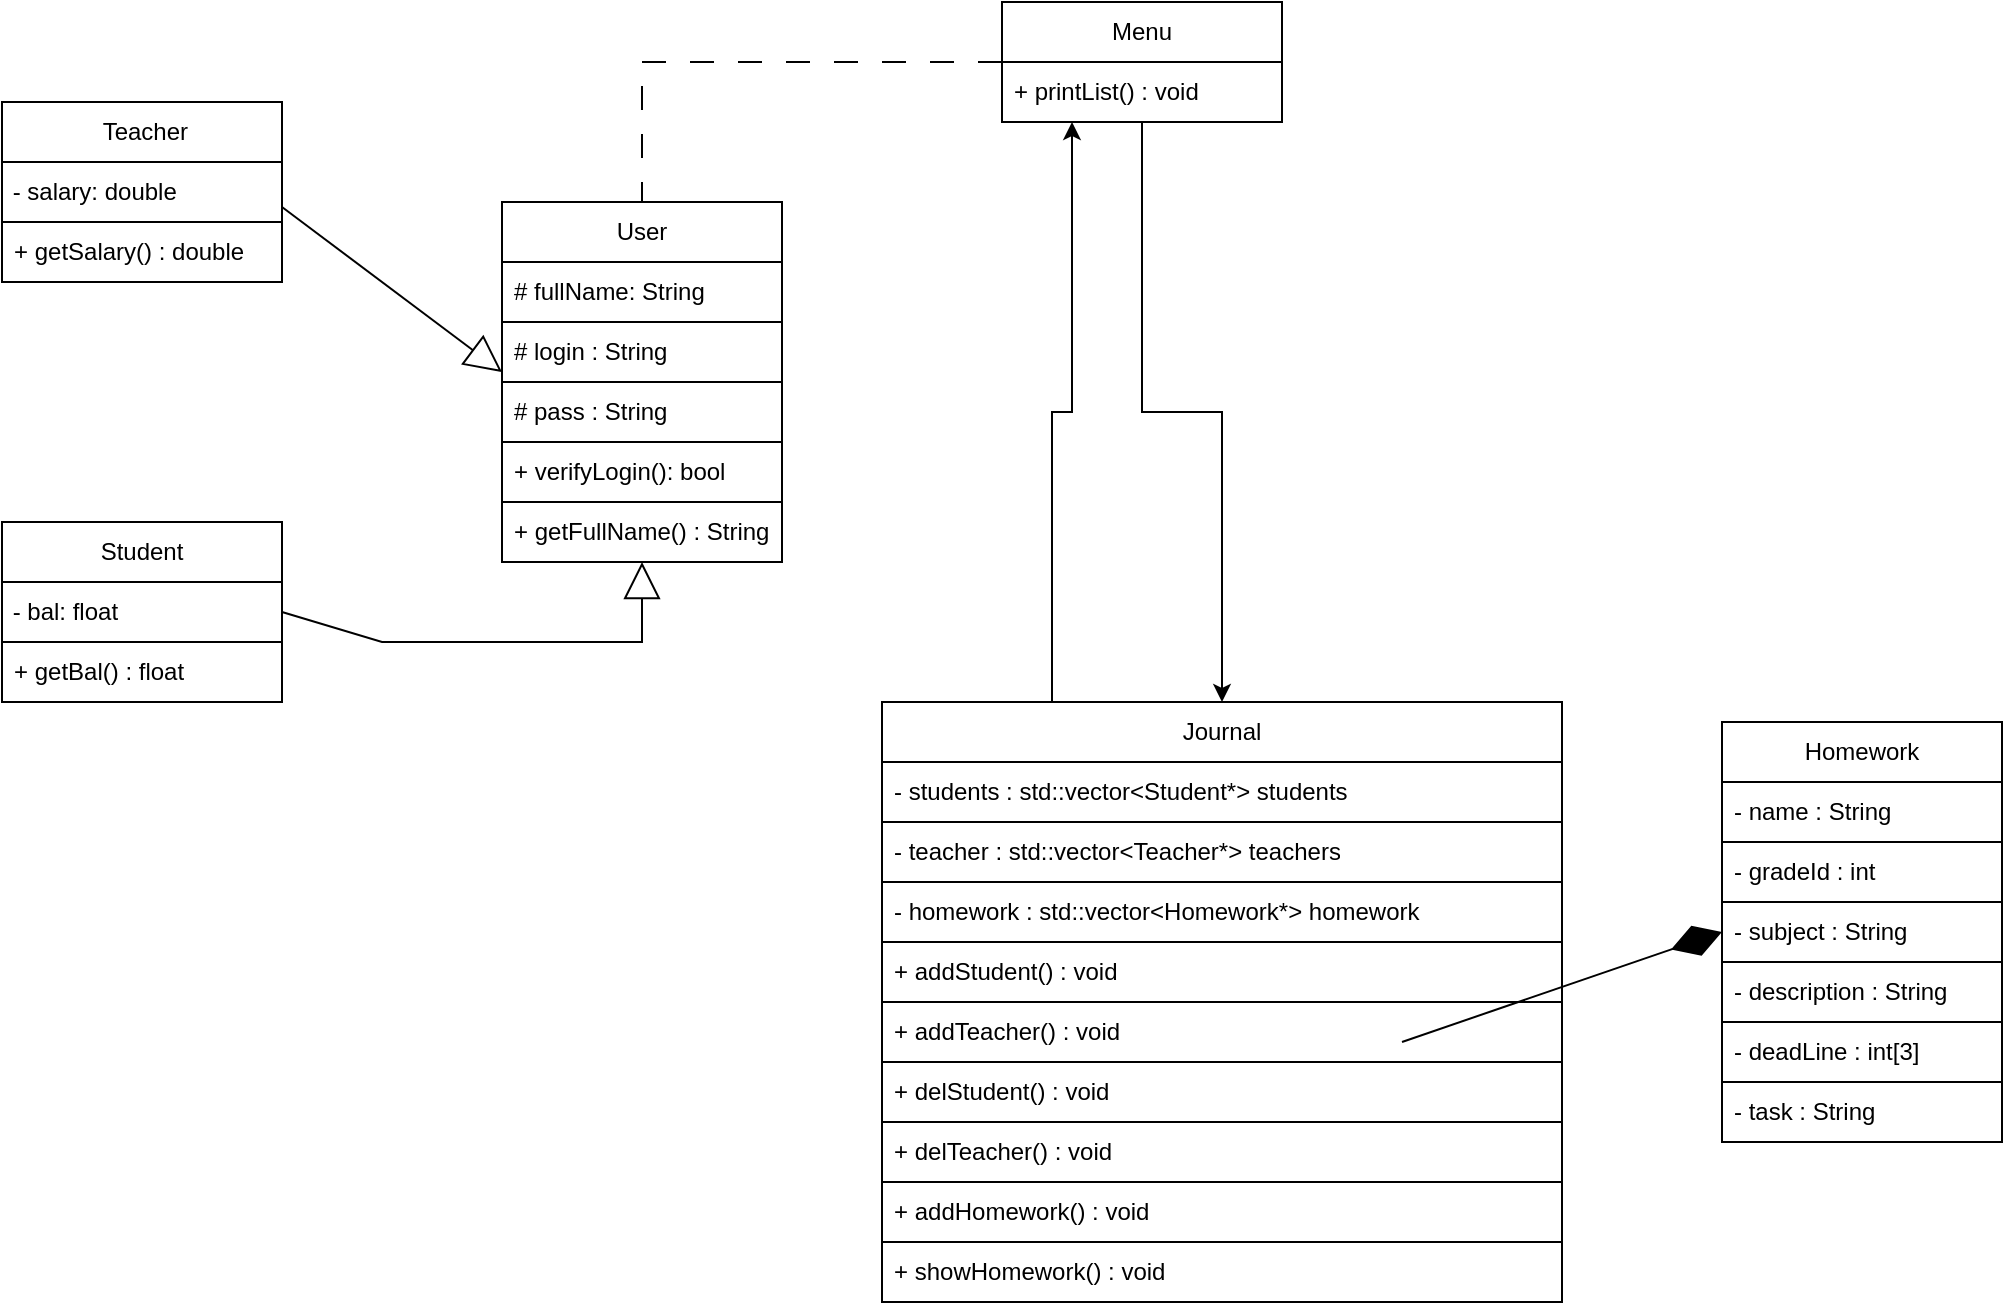
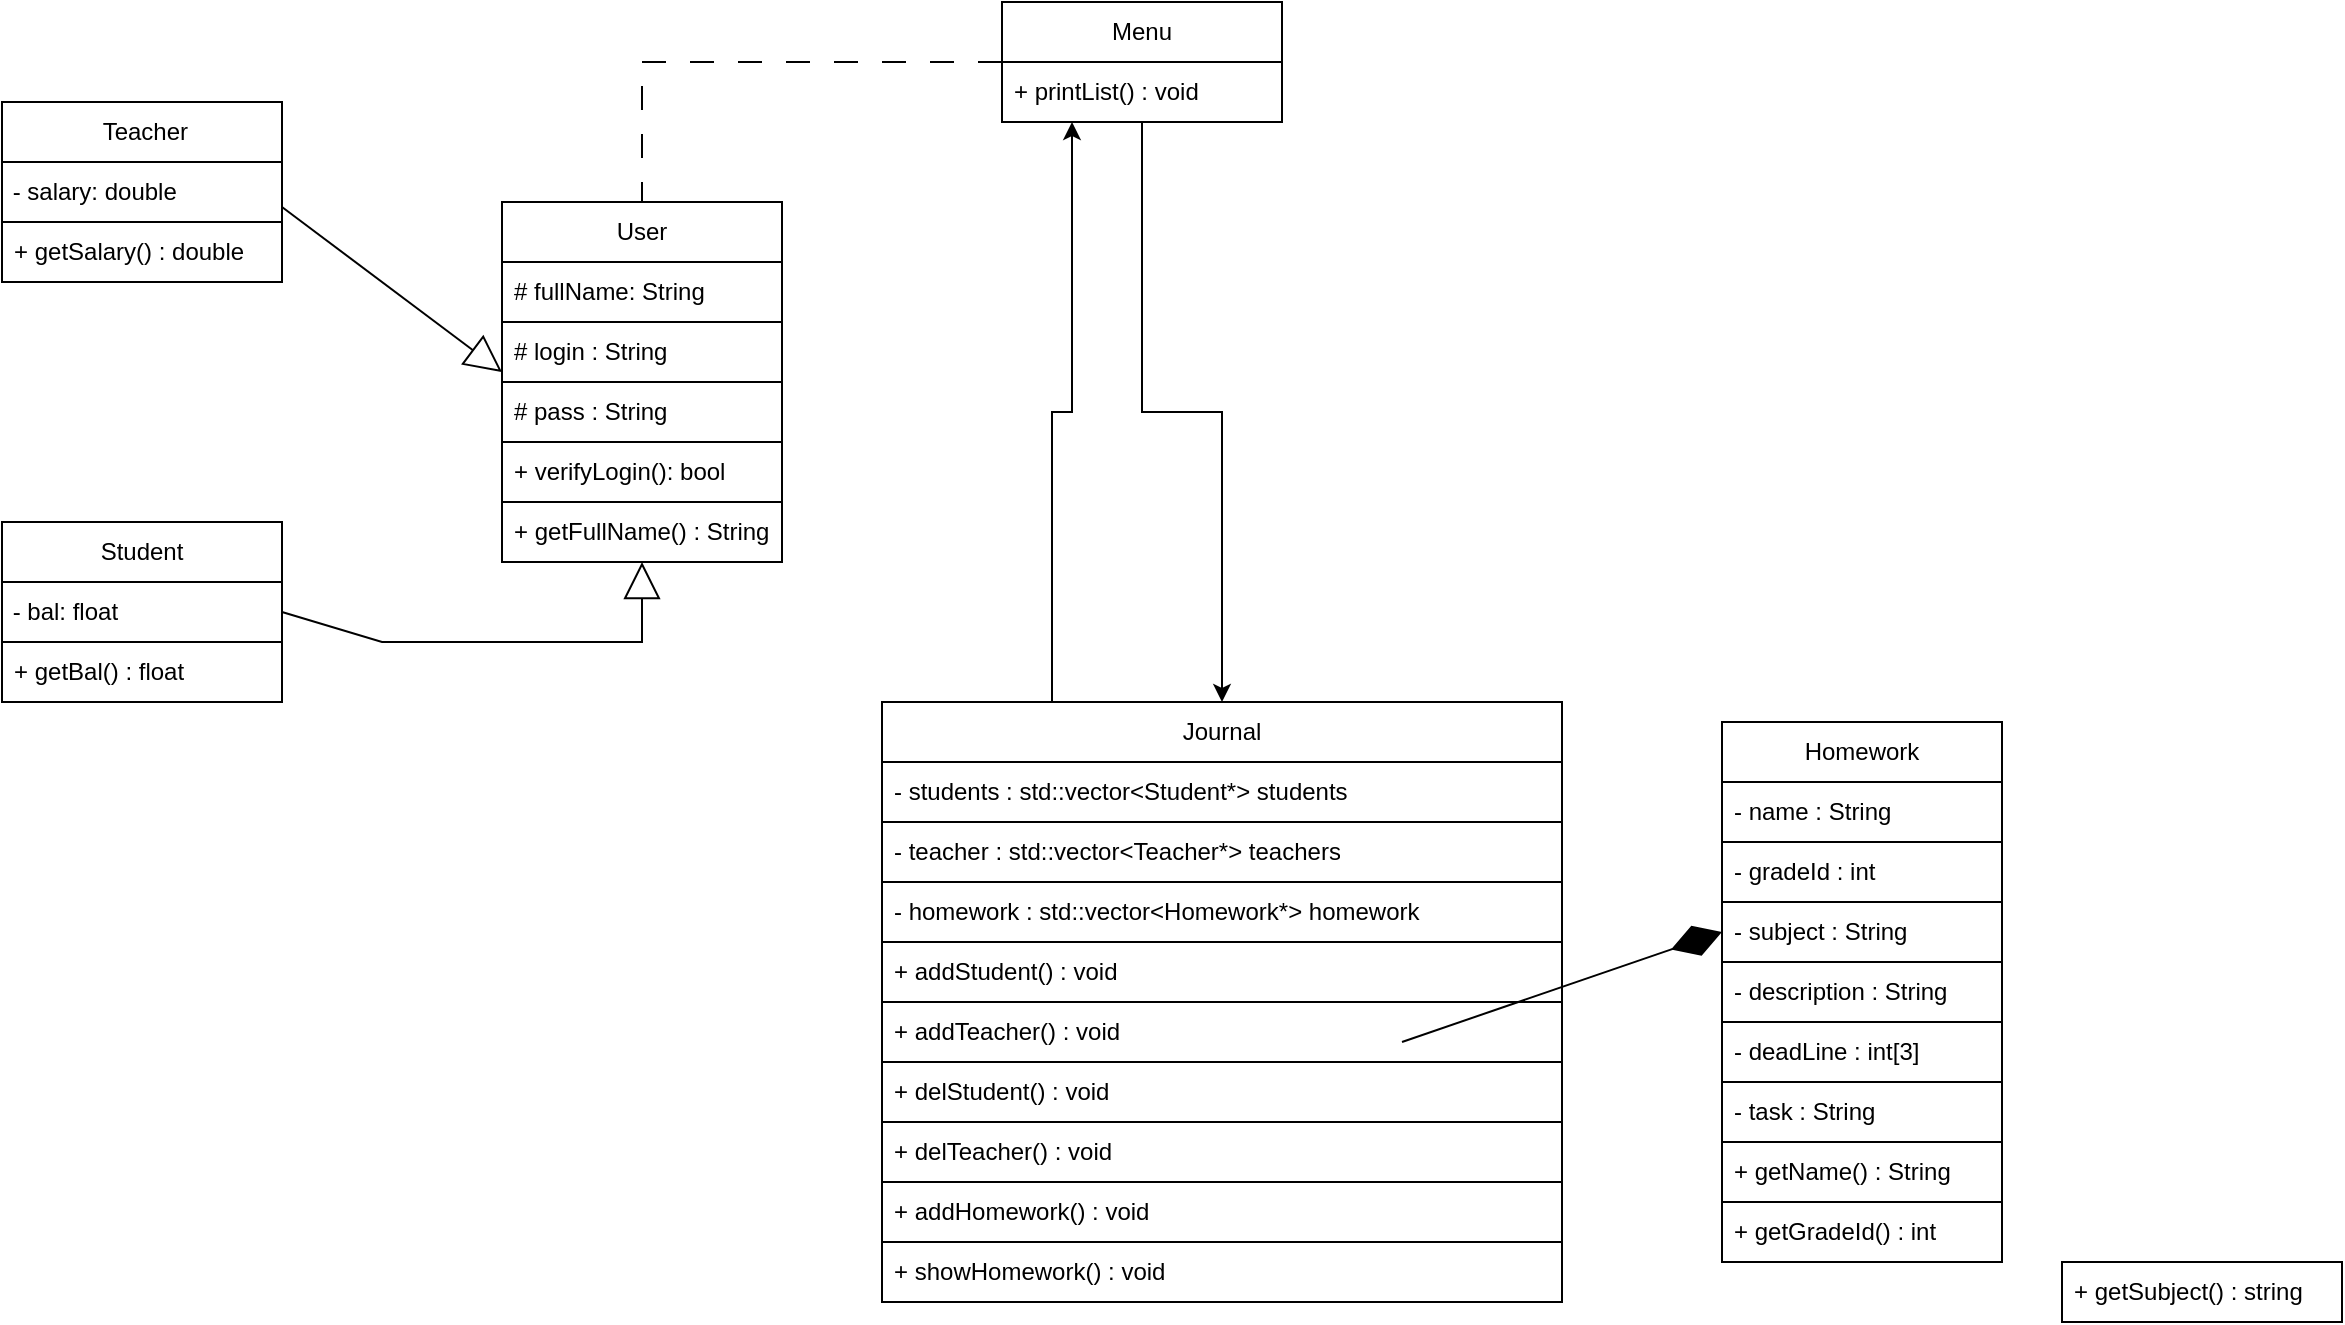
<mxfile host="app.diagrams.net" agent="Mozilla/5.0 (Windows NT 10.0; Win64; x64) AppleWebKit/537.36 (KHTML, like Gecko) Chrome/144.0.0.0 YaBrowser/26.3.0.0 Safari/537.36">
  <diagram name="Страница-1" id="uxawxyVBlgbyIQM6ajeT">
    <mxGraphModel dx="1414" dy="751" grid="1" gridSize="10" guides="1" tooltips="1" connect="1" arrows="1" fold="1" page="1" pageScale="1" pageWidth="700" pageHeight="1000" math="0" shadow="0">
      <root>
        <mxCell id="0" />
        <mxCell id="1" parent="0" />
        <mxCell id="GCuz6E3EBiHqZI_xGS0Z-3" parent="1" style="swimlane;fontStyle=0;childLayout=stackLayout;horizontal=1;startSize=30;horizontalStack=0;resizeParent=1;resizeParentMax=0;resizeLast=0;collapsible=1;marginBottom=0;whiteSpace=wrap;html=1;" value="Student" vertex="1">
          <mxGeometry height="90" width="140" x="20" y="340" as="geometry">
            <mxRectangle height="30" width="90" x="370" y="200" as="alternateBounds" />
          </mxGeometry>
        </mxCell>
        <mxCell id="GCuz6E3EBiHqZI_xGS0Z-7" parent="GCuz6E3EBiHqZI_xGS0Z-3" style="text;html=1;whiteSpace=wrap;strokeColor=default;fillColor=default;align=left;verticalAlign=middle;rounded=0;" value="&lt;span style=&quot;&quot;&gt;&amp;nbsp;- bal: float&lt;/span&gt;" vertex="1">
          <mxGeometry height="30" width="140" y="30" as="geometry" />
        </mxCell>
        <mxCell id="GCuz6E3EBiHqZI_xGS0Z-4" parent="GCuz6E3EBiHqZI_xGS0Z-3" style="text;strokeColor=default;fillColor=default;align=left;verticalAlign=middle;spacingLeft=4;spacingRight=4;overflow=hidden;points=[[0,0.5],[1,0.5]];portConstraint=eastwest;rotatable=0;whiteSpace=wrap;html=1;" value="+ getBal() : float" vertex="1">
          <mxGeometry height="30" width="140" y="60" as="geometry" />
        </mxCell>
        <mxCell id="8Yin8r3933yuqEZvRl84-43" edge="1" parent="1" source="GCuz6E3EBiHqZI_xGS0Z-8" style="edgeStyle=orthogonalEdgeStyle;rounded=0;orthogonalLoop=1;jettySize=auto;html=1;exitX=0.25;exitY=0;exitDx=0;exitDy=0;entryX=0.25;entryY=1;entryDx=0;entryDy=0;" target="GCuz6E3EBiHqZI_xGS0Z-16">
          <mxGeometry relative="1" as="geometry" />
        </mxCell>
        <mxCell id="GCuz6E3EBiHqZI_xGS0Z-8" parent="1" style="swimlane;fontStyle=0;childLayout=stackLayout;horizontal=1;startSize=30;horizontalStack=0;resizeParent=1;resizeParentMax=0;resizeLast=0;collapsible=1;marginBottom=0;whiteSpace=wrap;html=1;" value="Journal" vertex="1">
          <mxGeometry height="300" width="340" x="460" y="430" as="geometry" />
        </mxCell>
        <mxCell id="GCuz6E3EBiHqZI_xGS0Z-9" parent="GCuz6E3EBiHqZI_xGS0Z-8" style="text;align=left;verticalAlign=middle;spacingLeft=4;spacingRight=4;overflow=hidden;points=[[0,0.5],[1,0.5]];portConstraint=eastwest;rotatable=0;whiteSpace=wrap;html=1;fillColor=default;strokeColor=default;" value="- students : std::vector&amp;lt;Student*&amp;gt;&amp;nbsp;students" vertex="1">
          <mxGeometry height="30" width="340" y="30" as="geometry" />
        </mxCell>
        <mxCell id="8Yin8r3933yuqEZvRl84-10" parent="GCuz6E3EBiHqZI_xGS0Z-8" style="text;align=left;verticalAlign=middle;spacingLeft=4;spacingRight=4;overflow=hidden;points=[[0,0.5],[1,0.5]];portConstraint=eastwest;rotatable=0;whiteSpace=wrap;html=1;fillColor=default;strokeColor=default;" value="- teacher&amp;nbsp;: std::vector&amp;lt;Teacher*&amp;gt;&amp;nbsp;teachers" vertex="1">
          <mxGeometry height="30" width="340" y="60" as="geometry" />
        </mxCell>
        <mxCell id="8Yin8r3933yuqEZvRl84-49" parent="GCuz6E3EBiHqZI_xGS0Z-8" style="text;align=left;verticalAlign=middle;spacingLeft=4;spacingRight=4;overflow=hidden;points=[[0,0.5],[1,0.5]];portConstraint=eastwest;rotatable=0;whiteSpace=wrap;html=1;fillColor=default;strokeColor=default;" value="- homework&amp;nbsp;: std::vector&amp;lt;Homework*&amp;gt;&amp;nbsp;homework&amp;nbsp;" vertex="1">
          <mxGeometry height="30" width="340" y="90" as="geometry" />
        </mxCell>
        <mxCell id="GCuz6E3EBiHqZI_xGS0Z-10" parent="GCuz6E3EBiHqZI_xGS0Z-8" style="text;strokeColor=default;fillColor=default;align=left;verticalAlign=middle;spacingLeft=4;spacingRight=4;overflow=hidden;points=[[0,0.5],[1,0.5]];portConstraint=eastwest;rotatable=0;whiteSpace=wrap;html=1;gradientColor=none;rounded=0;glass=0;shadow=0;strokeWidth=1;" value="+ addStudent() : void" vertex="1">
          <mxGeometry height="30" width="340" y="120" as="geometry" />
        </mxCell>
        <mxCell id="GCuz6E3EBiHqZI_xGS0Z-28" parent="GCuz6E3EBiHqZI_xGS0Z-8" style="text;strokeColor=default;fillColor=default;align=left;verticalAlign=middle;spacingLeft=4;spacingRight=4;overflow=hidden;points=[[0,0.5],[1,0.5]];portConstraint=eastwest;rotatable=0;whiteSpace=wrap;html=1;gradientColor=none;rounded=0;glass=0;shadow=0;strokeWidth=1;" value="+ addTeacher() : void" vertex="1">
          <mxGeometry height="30" width="340" y="150" as="geometry" />
        </mxCell>
        <mxCell id="GCuz6E3EBiHqZI_xGS0Z-11" parent="GCuz6E3EBiHqZI_xGS0Z-8" style="text;align=left;verticalAlign=middle;spacingLeft=4;spacingRight=4;overflow=hidden;points=[[0,0.5],[1,0.5]];portConstraint=eastwest;rotatable=0;whiteSpace=wrap;html=1;fillColor=default;strokeColor=default;" value="+ delStudent() : void" vertex="1">
          <mxGeometry height="30" width="340" y="180" as="geometry" />
        </mxCell>
        <mxCell id="GCuz6E3EBiHqZI_xGS0Z-29" parent="GCuz6E3EBiHqZI_xGS0Z-8" style="text;align=left;verticalAlign=middle;spacingLeft=4;spacingRight=4;overflow=hidden;points=[[0,0.5],[1,0.5]];portConstraint=eastwest;rotatable=0;whiteSpace=wrap;html=1;fillColor=default;strokeColor=default;" value="+ delTeacher() : void" vertex="1">
          <mxGeometry height="30" width="340" y="210" as="geometry" />
        </mxCell>
        <mxCell id="8Yin8r3933yuqEZvRl84-33" parent="GCuz6E3EBiHqZI_xGS0Z-8" style="text;strokeColor=default;fillColor=default;align=left;verticalAlign=middle;spacingLeft=4;spacingRight=4;overflow=hidden;points=[[0,0.5],[1,0.5]];portConstraint=eastwest;rotatable=0;whiteSpace=wrap;html=1;" value="+ addHomework() : void" vertex="1">
          <mxGeometry height="30" width="340" y="240" as="geometry" />
        </mxCell>
        <mxCell id="GCuz6E3EBiHqZI_xGS0Z-19" parent="GCuz6E3EBiHqZI_xGS0Z-8" style="text;strokeColor=default;fillColor=default;align=left;verticalAlign=middle;spacingLeft=4;spacingRight=4;overflow=hidden;points=[[0,0.5],[1,0.5]];portConstraint=eastwest;rotatable=0;whiteSpace=wrap;html=1;" value="+ showHomework() : void" vertex="1">
          <mxGeometry height="30" width="340" y="270" as="geometry" />
        </mxCell>
        <mxCell id="8Yin8r3933yuqEZvRl84-32" edge="1" parent="1" source="GCuz6E3EBiHqZI_xGS0Z-16" style="edgeStyle=orthogonalEdgeStyle;rounded=0;orthogonalLoop=1;jettySize=auto;html=1;entryX=0.5;entryY=0;entryDx=0;entryDy=0;" target="GCuz6E3EBiHqZI_xGS0Z-8">
          <mxGeometry relative="1" as="geometry" />
        </mxCell>
        <mxCell id="AdEmohMLdduJ9aqZZ4lc-9" edge="1" parent="1" source="GCuz6E3EBiHqZI_xGS0Z-16" style="edgeStyle=orthogonalEdgeStyle;rounded=0;orthogonalLoop=1;jettySize=auto;html=1;dashed=1;dashPattern=12 12;endArrow=none;endFill=0;" target="GCuz6E3EBiHqZI_xGS0Z-32">
          <mxGeometry relative="1" as="geometry" />
        </mxCell>
        <mxCell id="GCuz6E3EBiHqZI_xGS0Z-16" parent="1" style="swimlane;fontStyle=0;childLayout=stackLayout;horizontal=1;startSize=30;horizontalStack=0;resizeParent=1;resizeParentMax=0;resizeLast=0;collapsible=1;marginBottom=0;whiteSpace=wrap;html=1;" value="Menu" vertex="1">
          <mxGeometry height="60" width="140" x="520" y="80" as="geometry" />
        </mxCell>
        <mxCell id="GCuz6E3EBiHqZI_xGS0Z-17" parent="GCuz6E3EBiHqZI_xGS0Z-16" style="text;strokeColor=default;fillColor=default;align=left;verticalAlign=middle;spacingLeft=4;spacingRight=4;overflow=hidden;points=[[0,0.5],[1,0.5]];portConstraint=eastwest;rotatable=0;whiteSpace=wrap;html=1;" value="+ printList() : void" vertex="1">
          <mxGeometry height="30" width="140" y="30" as="geometry" />
        </mxCell>
        <mxCell id="GCuz6E3EBiHqZI_xGS0Z-21" parent="1" style="swimlane;fontStyle=0;childLayout=stackLayout;horizontal=1;startSize=30;horizontalStack=0;resizeParent=1;resizeParentMax=0;resizeLast=0;collapsible=1;marginBottom=0;whiteSpace=wrap;html=1;" value="&amp;nbsp;Teacher" vertex="1">
          <mxGeometry height="90" width="140" x="20" y="130" as="geometry">
            <mxRectangle height="30" width="90" x="370" y="200" as="alternateBounds" />
          </mxGeometry>
        </mxCell>
        <mxCell id="GCuz6E3EBiHqZI_xGS0Z-23" parent="GCuz6E3EBiHqZI_xGS0Z-21" style="text;html=1;whiteSpace=wrap;strokeColor=default;fillColor=default;align=left;verticalAlign=middle;rounded=0;" value="&lt;span style=&quot;&quot;&gt;&amp;nbsp;- salary: double&lt;/span&gt;" vertex="1">
          <mxGeometry height="30" width="140" y="30" as="geometry" />
        </mxCell>
        <mxCell id="GCuz6E3EBiHqZI_xGS0Z-24" parent="GCuz6E3EBiHqZI_xGS0Z-21" style="text;strokeColor=default;fillColor=default;align=left;verticalAlign=middle;spacingLeft=4;spacingRight=4;overflow=hidden;points=[[0,0.5],[1,0.5]];portConstraint=eastwest;rotatable=0;whiteSpace=wrap;html=1;" value="+ getSalary() : double" vertex="1">
          <mxGeometry height="30" width="140" y="60" as="geometry" />
        </mxCell>
        <mxCell id="GCuz6E3EBiHqZI_xGS0Z-32" parent="1" style="swimlane;fontStyle=0;childLayout=stackLayout;horizontal=1;startSize=30;horizontalStack=0;resizeParent=1;resizeParentMax=0;resizeLast=0;collapsible=1;marginBottom=0;whiteSpace=wrap;html=1;" value="User" vertex="1">
          <mxGeometry height="180" width="140" x="270" y="180" as="geometry" />
        </mxCell>
        <mxCell id="GCuz6E3EBiHqZI_xGS0Z-5" parent="GCuz6E3EBiHqZI_xGS0Z-32" style="text;strokeColor=default;fillColor=default;align=left;verticalAlign=middle;spacingLeft=4;spacingRight=4;overflow=hidden;points=[[0,0.5],[1,0.5]];portConstraint=eastwest;rotatable=0;whiteSpace=wrap;html=1;" value="# fullName: String" vertex="1">
          <mxGeometry height="30" width="140" y="30" as="geometry" />
        </mxCell>
        <mxCell id="GCuz6E3EBiHqZI_xGS0Z-33" parent="GCuz6E3EBiHqZI_xGS0Z-32" style="text;strokeColor=default;fillColor=default;align=left;verticalAlign=middle;spacingLeft=4;spacingRight=4;overflow=hidden;points=[[0,0.5],[1,0.5]];portConstraint=eastwest;rotatable=0;whiteSpace=wrap;html=1;" value="# login : String" vertex="1">
          <mxGeometry height="30" width="140" y="60" as="geometry" />
        </mxCell>
        <mxCell id="GCuz6E3EBiHqZI_xGS0Z-34" parent="GCuz6E3EBiHqZI_xGS0Z-32" style="text;strokeColor=default;fillColor=default;align=left;verticalAlign=middle;spacingLeft=4;spacingRight=4;overflow=hidden;points=[[0,0.5],[1,0.5]];portConstraint=eastwest;rotatable=0;whiteSpace=wrap;html=1;" value="# pass : String" vertex="1">
          <mxGeometry height="30" width="140" y="90" as="geometry" />
        </mxCell>
        <mxCell id="GCuz6E3EBiHqZI_xGS0Z-35" parent="GCuz6E3EBiHqZI_xGS0Z-32" style="text;strokeColor=default;fillColor=default;align=left;verticalAlign=middle;spacingLeft=4;spacingRight=4;overflow=hidden;points=[[0,0.5],[1,0.5]];portConstraint=eastwest;rotatable=0;whiteSpace=wrap;html=1;" value="+ verifyLogin(): bool" vertex="1">
          <mxGeometry height="30" width="140" y="120" as="geometry" />
        </mxCell>
        <mxCell id="GCuz6E3EBiHqZI_xGS0Z-6" parent="GCuz6E3EBiHqZI_xGS0Z-32" style="text;strokeColor=default;fillColor=default;align=left;verticalAlign=middle;spacingLeft=4;spacingRight=4;overflow=hidden;points=[[0,0.5],[1,0.5]];portConstraint=eastwest;rotatable=0;whiteSpace=wrap;html=1;" value="+ getFullName() : String" vertex="1">
          <mxGeometry height="30" width="140" y="150" as="geometry" />
        </mxCell>
        <mxCell id="8Yin8r3933yuqEZvRl84-35" parent="1" style="swimlane;fontStyle=0;childLayout=stackLayout;horizontal=1;startSize=30;horizontalStack=0;resizeParent=1;resizeParentMax=0;resizeLast=0;collapsible=1;marginBottom=0;whiteSpace=wrap;html=1;" value="Homework" vertex="1">
-           <mxGeometry height="210" width="140" x="880" y="440" as="geometry" />
+           <mxGeometry height="270" width="140" x="880" y="440" as="geometry" />
        </mxCell>
        <mxCell id="8Yin8r3933yuqEZvRl84-36" parent="8Yin8r3933yuqEZvRl84-35" style="text;strokeColor=default;fillColor=default;align=left;verticalAlign=middle;spacingLeft=4;spacingRight=4;overflow=hidden;points=[[0,0.5],[1,0.5]];portConstraint=eastwest;rotatable=0;whiteSpace=wrap;html=1;" value="- name : String" vertex="1">
          <mxGeometry height="30" width="140" y="30" as="geometry" />
        </mxCell>
        <mxCell id="8Yin8r3933yuqEZvRl84-37" parent="8Yin8r3933yuqEZvRl84-35" style="text;strokeColor=default;fillColor=default;align=left;verticalAlign=middle;spacingLeft=4;spacingRight=4;overflow=hidden;points=[[0,0.5],[1,0.5]];portConstraint=eastwest;rotatable=0;whiteSpace=wrap;html=1;" value="- gradeId : int" vertex="1">
          <mxGeometry height="30" width="140" y="60" as="geometry" />
        </mxCell>
        <mxCell id="8Yin8r3933yuqEZvRl84-40" parent="8Yin8r3933yuqEZvRl84-35" style="text;strokeColor=default;fillColor=default;align=left;verticalAlign=middle;spacingLeft=4;spacingRight=4;overflow=hidden;points=[[0,0.5],[1,0.5]];portConstraint=eastwest;rotatable=0;whiteSpace=wrap;html=1;" value="- subject&amp;nbsp;: String" vertex="1">
          <mxGeometry height="30" width="140" y="90" as="geometry" />
        </mxCell>
        <mxCell id="8Yin8r3933yuqEZvRl84-45" parent="8Yin8r3933yuqEZvRl84-35" style="text;strokeColor=default;fillColor=default;align=left;verticalAlign=middle;spacingLeft=4;spacingRight=4;overflow=hidden;points=[[0,0.5],[1,0.5]];portConstraint=eastwest;rotatable=0;whiteSpace=wrap;html=1;" value="- description : String" vertex="1">
          <mxGeometry height="30" width="140" y="120" as="geometry" />
        </mxCell>
        <mxCell id="8Yin8r3933yuqEZvRl84-48" parent="8Yin8r3933yuqEZvRl84-35" style="text;strokeColor=default;fillColor=default;align=left;verticalAlign=middle;spacingLeft=4;spacingRight=4;overflow=hidden;points=[[0,0.5],[1,0.5]];portConstraint=eastwest;rotatable=0;whiteSpace=wrap;html=1;" value="- deadLine : int[3]" vertex="1">
          <mxGeometry height="30" width="140" y="150" as="geometry" />
        </mxCell>
        <mxCell id="8Yin8r3933yuqEZvRl84-47" parent="8Yin8r3933yuqEZvRl84-35" style="text;strokeColor=default;fillColor=default;align=left;verticalAlign=middle;spacingLeft=4;spacingRight=4;overflow=hidden;points=[[0,0.5],[1,0.5]];portConstraint=eastwest;rotatable=0;whiteSpace=wrap;html=1;" value="- task&amp;nbsp;: String" vertex="1">
          <mxGeometry height="30" width="140" y="180" as="geometry" />
+         </mxCell>
+         <mxCell id="cCa-32EYyBPj5HP_jC2u-1" parent="8Yin8r3933yuqEZvRl84-35" style="text;strokeColor=default;fillColor=default;align=left;verticalAlign=middle;spacingLeft=4;spacingRight=4;overflow=hidden;points=[[0,0.5],[1,0.5]];portConstraint=eastwest;rotatable=0;whiteSpace=wrap;html=1;" value="+ getName() : String" vertex="1">
+           <mxGeometry height="30" width="140" y="210" as="geometry" />
+         </mxCell>
+         <mxCell id="cCa-32EYyBPj5HP_jC2u-2" parent="8Yin8r3933yuqEZvRl84-35" style="text;strokeColor=default;fillColor=default;align=left;verticalAlign=middle;spacingLeft=4;spacingRight=4;overflow=hidden;points=[[0,0.5],[1,0.5]];portConstraint=eastwest;rotatable=0;whiteSpace=wrap;html=1;" value="+ getGradeId() : int" vertex="1">
+           <mxGeometry height="30" width="140" y="240" as="geometry" />
        </mxCell>
        <mxCell id="AdEmohMLdduJ9aqZZ4lc-6" edge="1" parent="1" style="endArrow=diamondThin;endFill=1;endSize=24;html=1;rounded=0;entryX=0;entryY=0.5;entryDx=0;entryDy=0;" target="8Yin8r3933yuqEZvRl84-40" value="">
          <mxGeometry relative="1" width="160" as="geometry">
            <mxPoint x="720" y="600" as="sourcePoint" />
            <mxPoint x="880" y="600" as="targetPoint" />
          </mxGeometry>
        </mxCell>
        <mxCell id="AdEmohMLdduJ9aqZZ4lc-13" edge="1" parent="1" source="GCuz6E3EBiHqZI_xGS0Z-3" style="endArrow=block;endSize=16;endFill=0;html=1;rounded=0;exitX=1;exitY=0.5;exitDx=0;exitDy=0;entryX=0.5;entryY=1;entryDx=0;entryDy=0;" target="GCuz6E3EBiHqZI_xGS0Z-32" value="">
          <mxGeometry relative="1" width="160" as="geometry">
            <mxPoint as="offset" />
            <Array as="points">
              <mxPoint x="210" y="400" />
              <mxPoint x="340" y="400" />
            </Array>
            <mxPoint x="180" y="400" as="sourcePoint" />
            <mxPoint x="340" y="400" as="targetPoint" />
          </mxGeometry>
        </mxCell>
        <mxCell id="AdEmohMLdduJ9aqZZ4lc-14" edge="1" parent="1" source="GCuz6E3EBiHqZI_xGS0Z-23" style="endArrow=block;endSize=16;endFill=0;html=1;rounded=0;exitX=1;exitY=0.75;exitDx=0;exitDy=0;entryX=0.5;entryY=0;entryDx=0;entryDy=0;" value="">
          <mxGeometry relative="1" width="160" as="geometry">
            <mxPoint x="90" y="275" as="sourcePoint" />
            <mxPoint x="270" y="265" as="targetPoint" />
          </mxGeometry>
        </mxCell>
+         <mxCell id="cCa-32EYyBPj5HP_jC2u-3" parent="1" style="text;strokeColor=default;fillColor=default;align=left;verticalAlign=middle;spacingLeft=4;spacingRight=4;overflow=hidden;points=[[0,0.5],[1,0.5]];portConstraint=eastwest;rotatable=0;whiteSpace=wrap;html=1;" value="+ getSubject() :&amp;nbsp;string" vertex="1">
+           <mxGeometry height="30" width="140" x="1050" y="710" as="geometry" />
+         </mxCell>
      </root>
    </mxGraphModel>
  </diagram>
</mxfile>
